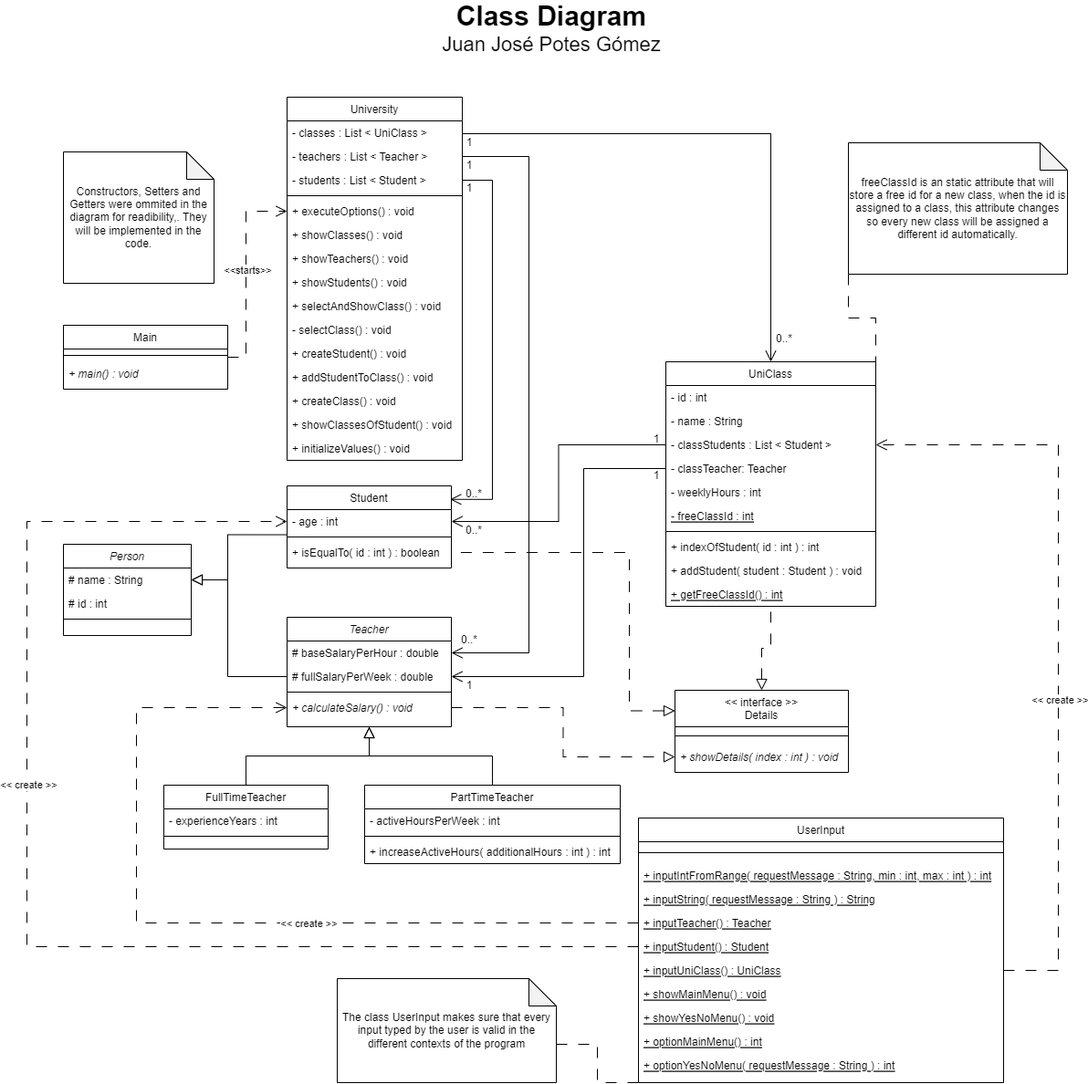
The draw.io diagram ClassDiagram_Juan Potes.png in J-Potes-GLB/JuanPotes_ProjectUniversity, before a commit. Source tidied: cells renumbered, new cells last; positions are measured from the earlier drawing's top-left corner, leaving out a move shared by most shapes.
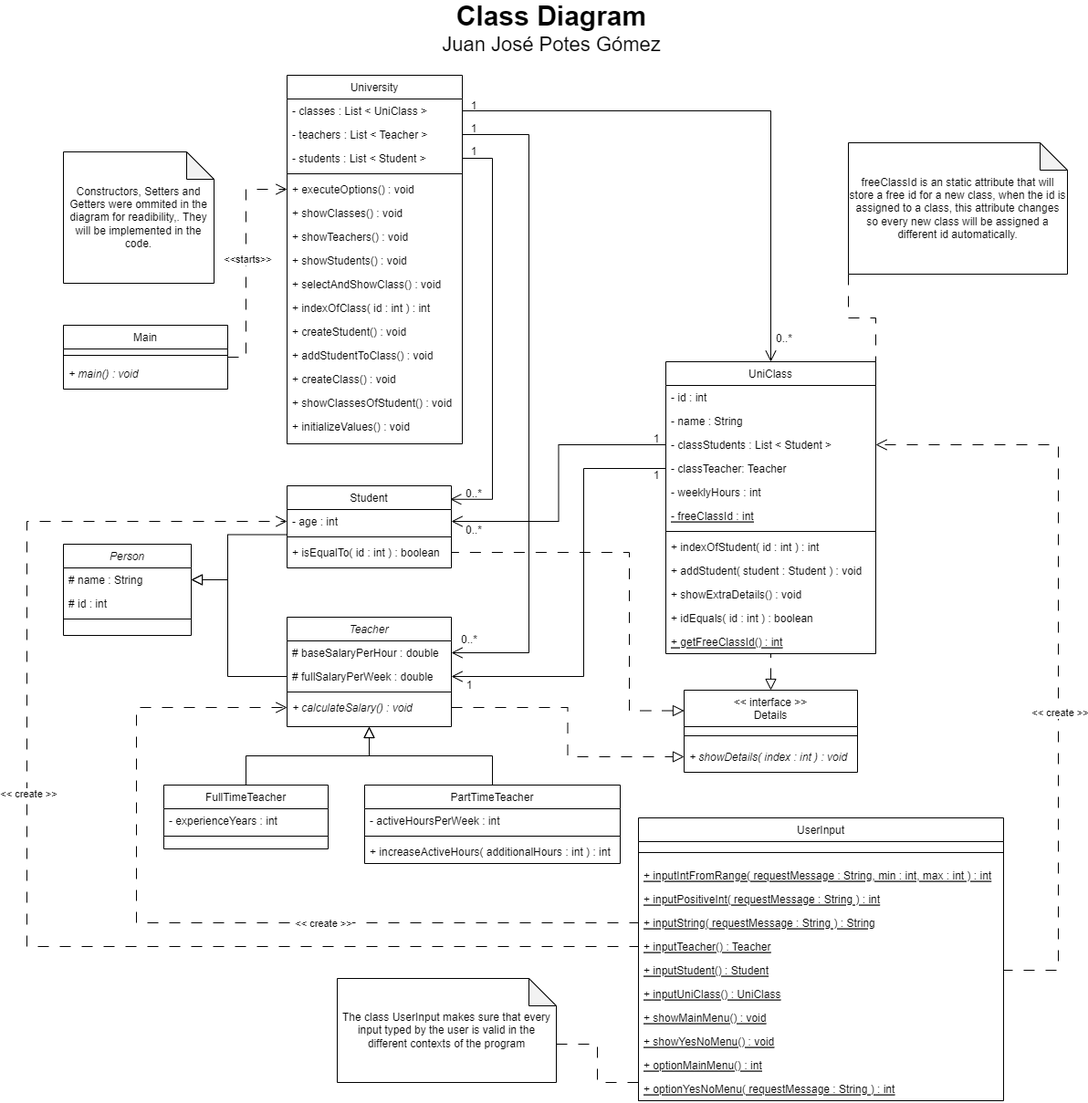
The same diagram one commit later.

Change to the diagram source:
```diff
@@ -42,7 +42,7 @@
       <mxGeometry y="86" width="180" height="26" as="geometry" />
     </mxCell>
     <mxCell id="15" value="University" style="swimlane;fontStyle=0;align=center;verticalAlign=top;horizontal=1;startSize=26;rounded=0;shadow=0;strokeWidth=1;" parent="1" vertex="1">
-      <mxGeometry x="285" y="90" width="192" height="398" as="geometry" />
+      <mxGeometry x="285" y="66" width="192" height="404" as="geometry" />
     </mxCell>
     <mxCell id="16" value="- classes : List &lt; UniClass &gt;" style="text;align=left;verticalAlign=top;spacingLeft=4;spacingRight=4;overflow=hidden;points=[[0,0.5],[1,0.5]];portConstraint=eastwest;rounded=0;shadow=0;html=0;" parent="15" vertex="1">
       <mxGeometry y="26" width="192" height="26" as="geometry" />
@@ -71,9 +71,9 @@
     <mxCell id="24" value="+ selectAndShowClass() : void" style="text;align=left;verticalAlign=top;spacingLeft=4;spacingRight=4;overflow=hidden;" parent="15" vertex="1">
       <mxGeometry y="216" width="192" height="26" as="geometry" />
     </mxCell>
-    <mxCell id="25" value="- selectClass() : void" style="text;align=left;verticalAlign=top;spacingLeft=4;spacingRight=4;overflow=hidden;" parent="15" vertex="1">
-      <mxGeometry y="242" width="192" height="26" as="geometry" />
-    </mxCell>
+    <mxCell id="103" value="+ indexOfClass( id : int ) : int" style="text;align=left;verticalAlign=top;spacingLeft=4;spacingRight=4;overflow=hidden;" parent="15" vertex="1">
+      <mxGeometry y="242" width="192" height="26" as="geometry" />
+    </mxCell>
     <mxCell id="26" value="+ createStudent() : void" style="text;align=left;verticalAlign=top;spacingLeft=4;spacingRight=4;overflow=hidden;" parent="15" vertex="1">
       <mxGeometry y="268" width="192" height="26" as="geometry" />
     </mxCell>
@@ -135,7 +135,7 @@
     <mxCell id="42" style="edgeStyle=orthogonalEdgeStyle;rounded=0;jettySize=auto;html=1;exitX=1;exitY=0.5;exitDx=0;exitDy=0;entryX=0.993;entryY=0.164;entryDx=0;entryDy=0;endArrow=open;endFill=0;endSize=10;entryPerimeter=0;" parent="1" edge="1" source="18" target="6">
       <mxGeometry relative="1" as="geometry">
         <Array as="points">
-          <mxPoint x="510" y="181" />
+          <mxPoint x="510" y="157" />
           <mxPoint x="510" y="531" />
         </Array>
       </mxGeometry>
@@ -143,13 +143,13 @@
     <mxCell id="43" style="edgeStyle=orthogonalEdgeStyle;rounded=0;jettySize=auto;html=1;exitX=1;exitY=0.5;exitDx=0;exitDy=0;entryX=1;entryY=0.5;entryDx=0;entryDy=0;endArrow=open;endFill=0;endSize=10;" parent="1" edge="1" source="17" target="11">
       <mxGeometry relative="1" as="geometry">
         <Array as="points">
-          <mxPoint x="550" y="155" />
+          <mxPoint x="550" y="131" />
           <mxPoint x="550" y="699" />
         </Array>
       </mxGeometry>
     </mxCell>
     <mxCell id="44" value="UniClass" style="swimlane;fontStyle=0;align=center;verticalAlign=top;horizontal=1;startSize=26;rounded=0;shadow=0;strokeWidth=1;" parent="1" vertex="1">
-      <mxGeometry x="700" y="380" width="230" height="268" as="geometry" />
+      <mxGeometry x="700" y="380" width="230" height="320" as="geometry" />
     </mxCell>
     <mxCell id="45" value="- id : int" style="text;align=left;verticalAlign=top;spacingLeft=4;spacingRight=4;overflow=hidden;rounded=0;shadow=0;html=0;" parent="44" vertex="1">
       <mxGeometry y="26" width="230" height="26" as="geometry" />
@@ -178,14 +178,19 @@
     <mxCell id="53" value="+ addStudent( student : Student ) : void" style="text;align=left;verticalAlign=top;spacingLeft=4;spacingRight=4;overflow=hidden;" parent="44" vertex="1">
       <mxGeometry y="216" width="230" height="26" as="geometry" />
     </mxCell>
+    <mxCell id="104" value="+ showExtraDetails() : void" style="text;align=left;verticalAlign=top;spacingLeft=4;spacingRight=4;overflow=hidden;" parent="44" vertex="1">
+      <mxGeometry y="242" width="230" height="26" as="geometry" />
+    </mxCell>
+    <mxCell id="105" value="+ idEquals( id : int ) : boolean" style="text;align=left;verticalAlign=top;spacingLeft=4;spacingRight=4;overflow=hidden;" parent="44" vertex="1">
+      <mxGeometry y="268" width="230" height="26" as="geometry" />
+    </mxCell>
     <mxCell id="54" value="+ getFreeClassId() : int" style="text;align=left;verticalAlign=top;spacingLeft=4;spacingRight=4;overflow=hidden;fontStyle=4;" parent="44" vertex="1">
-      <mxGeometry y="242" width="230" height="26" as="geometry" />
+      <mxGeometry y="294" width="230" height="26" as="geometry" />
     </mxCell>
     <mxCell id="55" style="edgeStyle=orthogonalEdgeStyle;rounded=0;jettySize=auto;html=1;exitX=1;exitY=0.5;exitDx=0;exitDy=0;endSize=10;endArrow=open;endFill=0;entryX=0.5;entryY=0;entryDx=0;entryDy=0;" parent="1" edge="1" source="16" target="44">
       <mxGeometry relative="1" as="geometry">
         <Array as="points">
-          <mxPoint x="477" y="130" />
-          <mxPoint x="815" y="130" />
+          <mxPoint x="815" y="105" />
         </Array>
       </mxGeometry>
     </mxCell>
@@ -201,7 +206,7 @@
       </mxGeometry>
     </mxCell>
     <mxCell id="58" value="UserInput" style="swimlane;fontStyle=0;align=center;verticalAlign=top;horizontal=1;startSize=26;rounded=0;shadow=0;strokeWidth=1;" parent="1" vertex="1">
-      <mxGeometry x="670" y="880" width="400" height="290" as="geometry" />
+      <mxGeometry x="670" y="880" width="400" height="310" as="geometry" />
     </mxCell>
     <mxCell id="59" style="line;html=1;strokeWidth=1;align=left;verticalAlign=middle;spacingTop=-1;spacingLeft=3;spacingRight=3;labelPosition=right;" parent="58" vertex="1">
       <mxGeometry y="26" width="400" height="24" as="geometry" />
@@ -209,29 +214,32 @@
     <mxCell id="60" value="+ inputIntFromRange( requestMessage : String, min : int, max : int ) : int" style="text;align=left;verticalAlign=top;spacingLeft=4;spacingRight=4;overflow=hidden;fontStyle=4;" parent="58" vertex="1">
       <mxGeometry y="50" width="400" height="26" as="geometry" />
     </mxCell>
+    <mxCell id="106" value="+ inputPositiveInt( requestMessage : String ) : int" style="text;align=left;verticalAlign=top;spacingLeft=4;spacingRight=4;overflow=hidden;fontStyle=4;" parent="58" vertex="1">
+      <mxGeometry y="76" width="400" height="26" as="geometry" />
+    </mxCell>
     <mxCell id="61" value="+ inputString( requestMessage : String ) : String" style="text;align=left;verticalAlign=top;spacingLeft=4;spacingRight=4;overflow=hidden;fontStyle=4;" parent="58" vertex="1">
-      <mxGeometry y="76" width="400" height="26" as="geometry" />
+      <mxGeometry y="102" width="400" height="26" as="geometry" />
     </mxCell>
     <mxCell id="62" value="+ inputTeacher() : Teacher" style="text;align=left;verticalAlign=top;spacingLeft=4;spacingRight=4;overflow=hidden;points=[[0,0.5],[1,0.5]];portConstraint=eastwest;fontStyle=4;" parent="58" vertex="1">
-      <mxGeometry y="102" width="400" height="26" as="geometry" />
+      <mxGeometry y="128" width="400" height="26" as="geometry" />
     </mxCell>
     <mxCell id="63" value="+ inputStudent() : Student" style="text;align=left;verticalAlign=top;spacingLeft=4;spacingRight=4;overflow=hidden;points=[[0,0.5],[1,0.5]];portConstraint=eastwest;fontStyle=4;" parent="58" vertex="1">
-      <mxGeometry y="128" width="400" height="26" as="geometry" />
+      <mxGeometry y="154" width="400" height="26" as="geometry" />
     </mxCell>
     <mxCell id="64" value="+ inputUniClass() : UniClass" style="text;align=left;verticalAlign=top;spacingLeft=4;spacingRight=4;overflow=hidden;points=[[0,0.5],[1,0.5]];portConstraint=eastwest;fontStyle=4;" parent="58" vertex="1">
-      <mxGeometry y="154" width="400" height="26" as="geometry" />
+      <mxGeometry y="180" width="400" height="26" as="geometry" />
     </mxCell>
     <mxCell id="65" value="+ showMainMenu() : void" style="text;align=left;verticalAlign=top;spacingLeft=4;spacingRight=4;overflow=hidden;fontStyle=4;" parent="58" vertex="1">
-      <mxGeometry y="180" width="400" height="26" as="geometry" />
+      <mxGeometry y="206" width="400" height="26" as="geometry" />
     </mxCell>
     <mxCell id="66" value="+ showYesNoMenu() : void" style="text;align=left;verticalAlign=top;spacingLeft=4;spacingRight=4;overflow=hidden;fontStyle=4;" parent="58" vertex="1">
-      <mxGeometry y="206" width="400" height="26" as="geometry" />
+      <mxGeometry y="232" width="400" height="26" as="geometry" />
     </mxCell>
     <mxCell id="67" value="+ optionMainMenu() : int" style="text;align=left;verticalAlign=top;spacingLeft=4;spacingRight=4;overflow=hidden;fontStyle=4;" parent="58" vertex="1">
-      <mxGeometry y="232" width="400" height="26" as="geometry" />
+      <mxGeometry y="258" width="400" height="26" as="geometry" />
     </mxCell>
     <mxCell id="68" value="+ optionYesNoMenu( requestMessage : String ) : int" style="text;align=left;verticalAlign=top;spacingLeft=4;spacingRight=4;overflow=hidden;fontStyle=4;" parent="58" vertex="1">
-      <mxGeometry y="258" width="400" height="26" as="geometry" />
+      <mxGeometry y="284" width="400" height="26" as="geometry" />
     </mxCell>
     <mxCell id="69" style="edgeStyle=orthogonalEdgeStyle;rounded=0;jettySize=auto;html=1;exitX=1;exitY=0.5;exitDx=0;exitDy=0;entryX=1;entryY=0.5;entryDx=0;entryDy=0;endArrow=open;endFill=0;dashed=1;dashPattern=12 12;endSize=10;" parent="1" edge="1" source="64" target="47">
       <mxGeometry relative="1" as="geometry">
@@ -281,7 +289,7 @@
       </mxGeometry>
     </mxCell>
     <mxCell id="78" value="&lt;&lt; interface &gt;&gt;&#10;Details" style="swimlane;fontStyle=0;align=center;verticalAlign=top;horizontal=1;startSize=40;rounded=0;shadow=0;strokeWidth=1;" parent="1" vertex="1">
-      <mxGeometry x="710" y="740" width="190" height="90" as="geometry" />
+      <mxGeometry x="720" y="740" width="190" height="90" as="geometry" />
     </mxCell>
     <mxCell id="79" style="line;html=1;strokeWidth=1;align=left;verticalAlign=middle;spacingTop=-1;spacingLeft=3;spacingRight=3;labelPosition=right;" parent="78" vertex="1">
       <mxGeometry y="40" width="190" height="20" as="geometry" />
@@ -311,13 +319,13 @@
       <mxGeometry x="470" y="510" width="40" height="30" as="geometry" />
     </mxCell>
     <mxCell id="88" value="1" style="text;strokeColor=none;align=center;fillColor=none;html=1;verticalAlign=middle;whiteSpace=wrap;rounded=0;" parent="1" vertex="1">
-      <mxGeometry x="465" y="180" width="40" height="20" as="geometry" />
+      <mxGeometry x="470" y="140" width="40" height="20" as="geometry" />
     </mxCell>
     <mxCell id="89" value="1" style="text;strokeColor=none;align=center;fillColor=none;html=1;verticalAlign=middle;whiteSpace=wrap;rounded=0;" parent="1" vertex="1">
-      <mxGeometry x="465" y="160" width="40" height="10" as="geometry" />
+      <mxGeometry x="470" y="120" width="40" height="10" as="geometry" />
     </mxCell>
     <mxCell id="90" value="1" style="text;strokeColor=none;align=center;fillColor=none;html=1;verticalAlign=middle;whiteSpace=wrap;rounded=0;" parent="1" vertex="1">
-      <mxGeometry x="465" y="130" width="40" height="20" as="geometry" />
+      <mxGeometry x="470" y="90" width="40" height="20" as="geometry" />
     </mxCell>
     <mxCell id="91" value="0..*" style="text;strokeColor=none;align=center;fillColor=none;html=1;verticalAlign=middle;whiteSpace=wrap;rounded=0;" parent="1" vertex="1">
       <mxGeometry x="465" y="670" width="40" height="30" as="geometry" />
@@ -338,7 +346,7 @@
       <mxGeometry relative="1" as="geometry">
         <Array as="points">
           <mxPoint x="240" y="375" />
-          <mxPoint x="240" y="215" />
+          <mxPoint x="240" y="191" />
         </Array>
       </mxGeometry>
     </mxCell>
```
